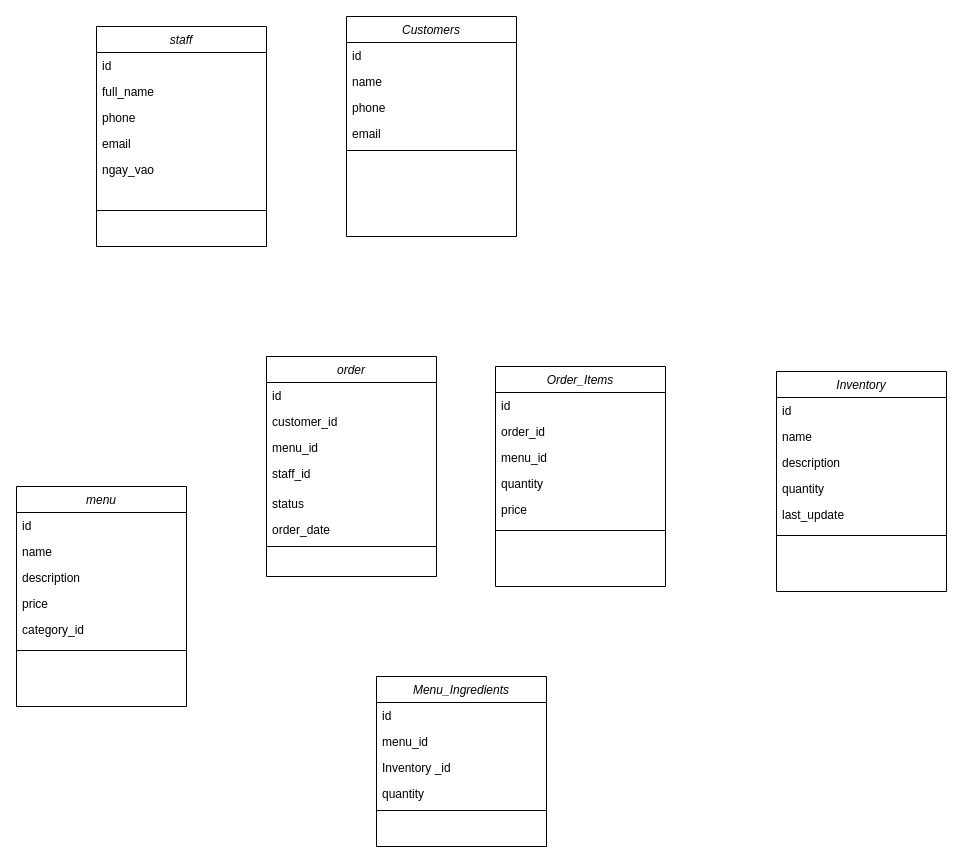
The draw.io diagram manageRestaurent.drawio in HieuNguyen06nd/JAVA30_SQL, before the edit. Source tidied: cells renumbered, new cells numbered last; positions are measured from the earlier drawing's top-left corner, leaving out a move shared by most shapes. Both pictures are drawn from the tidied source at 100%, with x=0, y=0 at pixel (16, 16).
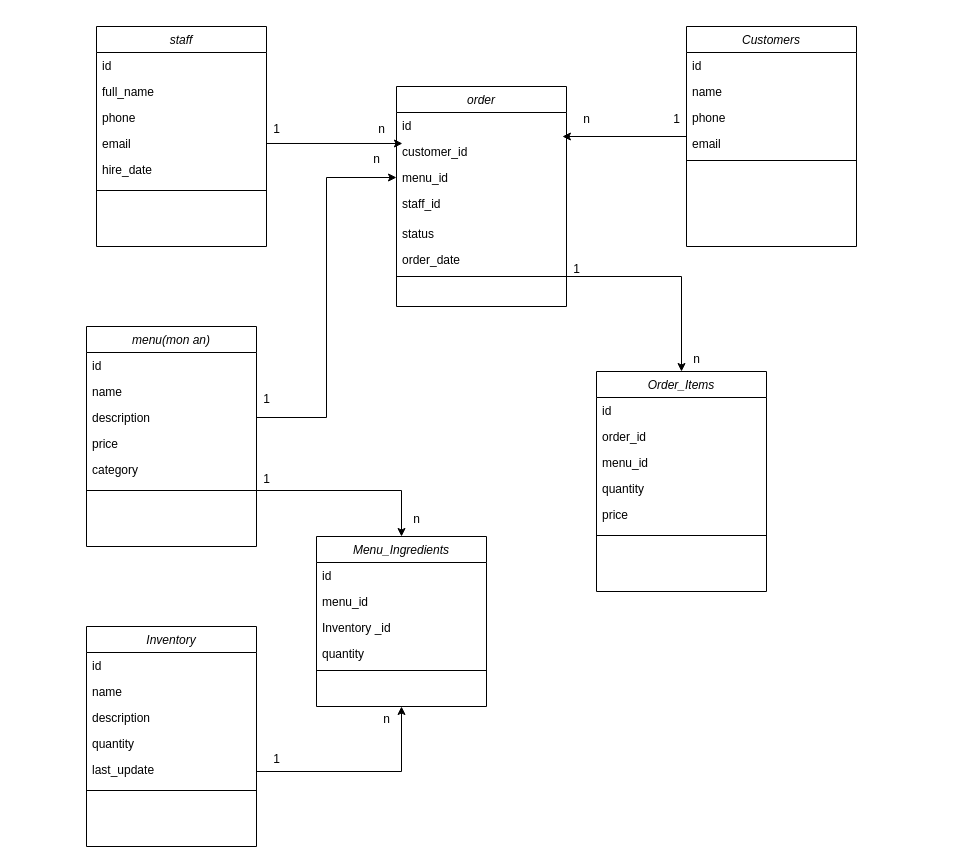
The same diagram, later.

Commit message (it also covers changes not shown here):
Cập nhật manageRestaurent.drawio

Unchanged cells that the change refers to:
```xml
<mxCell id="2" value="staff" style="swimlane;fontStyle=2;align=center;verticalAlign=top;horizontal=1;startSize=26;rounded=0;shadow=0;strokeWidth=1;" parent="1" vertex="1">
  <mxGeometry x="80" y="10" width="170" height="220" as="geometry" />
</mxCell>
<mxCell id="6" value="email" style="text;align=left;verticalAlign=top;spacingLeft=4;spacingRight=4;overflow=hidden;points=[[0,0.5],[1,0.5]];portConstraint=eastwest;rounded=0;shadow=0;html=0;" parent="2" vertex="1">
  <mxGeometry y="104" width="170" height="26" as="geometry" />
</mxCell>
<mxCell id="12" value="description" style="text;align=left;verticalAlign=top;spacingLeft=4;spacingRight=4;overflow=hidden;points=[[0,0.5],[1,0.5]];portConstraint=eastwest;rounded=0;shadow=0;html=0;" parent="9" vertex="1">
  <mxGeometry y="78" width="170" height="26" as="geometry" />
</mxCell>
<mxCell id="15" style="line;html=1;strokeWidth=1;align=left;verticalAlign=middle;spacingTop=-1;spacingLeft=3;spacingRight=3;labelPosition=right;points=[];portConstraint=eastwest;" parent="9" vertex="1">
  <mxGeometry y="160" width="170" height="8" as="geometry" />
</mxCell>
<mxCell id="21" value="last_update" style="text;align=left;verticalAlign=top;spacingLeft=4;spacingRight=4;overflow=hidden;points=[[0,0.5],[1,0.5]];portConstraint=eastwest;rounded=0;shadow=0;html=0;" parent="16" vertex="1">
  <mxGeometry y="130" width="170" height="30" as="geometry" />
</mxCell>
<mxCell id="31" value="customer_id" style="text;align=left;verticalAlign=top;spacingLeft=4;spacingRight=4;overflow=hidden;points=[[0,0.5],[1,0.5]];portConstraint=eastwest;rounded=0;shadow=0;html=0;" parent="29" vertex="1">
  <mxGeometry y="52" width="170" height="26" as="geometry" />
</mxCell>
<mxCell id="32" value="menu_id" style="text;align=left;verticalAlign=top;spacingLeft=4;spacingRight=4;overflow=hidden;points=[[0,0.5],[1,0.5]];portConstraint=eastwest;rounded=0;shadow=0;html=0;" parent="29" vertex="1">
  <mxGeometry y="78" width="170" height="26" as="geometry" />
</mxCell>
```

Change to the diagram source:
```diff
@@
-    <mxCell id="7" value="ngay_vao" style="text;align=left;verticalAlign=top;spacingLeft=4;spacingRight=4;overflow=hidden;rounded=0;shadow=0;html=0;" parent="2" vertex="1">
-      <mxGeometry y="130" width="170" height="50" as="geometry" />
+    <mxCell id="7" value="hire_date" style="text;align=left;verticalAlign=top;spacingLeft=4;spacingRight=4;overflow=hidden;rounded=0;shadow=0;html=0;" parent="2" vertex="1">
+      <mxGeometry y="130" width="170" height="30" as="geometry" />
     </mxCell>
     <mxCell id="8" style="line;html=1;strokeWidth=1;align=left;verticalAlign=middle;spacingTop=-1;spacingLeft=3;spacingRight=3;labelPosition=right;" parent="2" vertex="1">
-      <mxGeometry y="180" width="170" height="8" as="geometry" />
+      <mxGeometry y="160" width="170" height="8" as="geometry" />
     </mxCell>
-    <mxCell id="9" value="menu" style="swimlane;fontStyle=2;align=center;verticalAlign=top;horizontal=1;startSize=26;rounded=0;shadow=0;strokeWidth=1;" parent="1" vertex="1">
-      <mxGeometry y="470" width="170" height="220" as="geometry" />
+    <mxCell id="9" value="menu(mon an)" style="swimlane;fontStyle=2;align=center;verticalAlign=top;horizontal=1;startSize=26;rounded=0;shadow=0;strokeWidth=1;" parent="1" vertex="1">
+      <mxGeometry x="70" y="310" width="170" height="220" as="geometry" />
     </mxCell>
@@
-    <mxCell id="14" value="category_id" style="text;align=left;verticalAlign=top;spacingLeft=4;spacingRight=4;overflow=hidden;rounded=0;shadow=0;html=0;" parent="9" vertex="1">
+    <mxCell id="14" value="category" style="text;align=left;verticalAlign=top;spacingLeft=4;spacingRight=4;overflow=hidden;rounded=0;shadow=0;html=0;" parent="9" vertex="1">
       <mxGeometry y="130" width="170" height="30" as="geometry" />
     </mxCell>
@@
     <mxCell id="16" value="Inventory" style="swimlane;fontStyle=2;align=center;verticalAlign=top;horizontal=1;startSize=26;rounded=0;shadow=0;strokeWidth=1;" parent="1" vertex="1">
-      <mxGeometry x="760" y="355" width="170" height="220" as="geometry" />
+      <mxGeometry x="70" y="610" width="170" height="220" as="geometry" />
     </mxCell>
@@
     <mxCell id="23" value="Menu_Ingredients" style="swimlane;fontStyle=2;align=center;verticalAlign=top;horizontal=1;startSize=26;rounded=0;shadow=0;strokeWidth=1;" parent="1" vertex="1">
-      <mxGeometry x="360" y="660" width="170" height="170" as="geometry" />
+      <mxGeometry x="300" y="520" width="170" height="170" as="geometry" />
     </mxCell>
@@
+    <mxCell id="50" style="edgeStyle=orthogonalEdgeStyle;rounded=0;jettySize=auto;html=1;entryX=0.5;entryY=0;entryDx=0;entryDy=0;" parent="1" edge="1" source="29" target="37">
+      <mxGeometry relative="1" as="geometry">
+        <Array as="points">
+          <mxPoint x="665" y="260" />
+        </Array>
+      </mxGeometry>
+    </mxCell>
     <mxCell id="29" value="order" style="swimlane;fontStyle=2;align=center;verticalAlign=top;horizontal=1;startSize=26;rounded=0;shadow=0;strokeWidth=1;" parent="1" vertex="1">
-      <mxGeometry x="250" y="340" width="170" height="220" as="geometry" />
+      <mxGeometry x="380" y="70" width="170" height="220" as="geometry" />
     </mxCell>
@@
     <mxCell id="37" value="Order_Items" style="swimlane;fontStyle=2;align=center;verticalAlign=top;horizontal=1;startSize=26;rounded=0;shadow=0;strokeWidth=1;" parent="1" vertex="1">
-      <mxGeometry x="479" y="350" width="170" height="220" as="geometry" />
+      <mxGeometry x="580" y="355" width="170" height="220" as="geometry" />
     </mxCell>
@@
     <mxCell id="44" value="Customers" style="swimlane;fontStyle=2;align=center;verticalAlign=top;horizontal=1;startSize=26;rounded=0;shadow=0;strokeWidth=1;" parent="1" vertex="1">
-      <mxGeometry x="330" width="170" height="220" as="geometry" />
+      <mxGeometry x="670" y="10" width="170" height="220" as="geometry" />
     </mxCell>
@@
+    <mxCell id="51" style="edgeStyle=orthogonalEdgeStyle;rounded=0;jettySize=auto;html=1;entryX=0.035;entryY=0.192;entryDx=0;entryDy=0;entryPerimeter=0;" parent="1" edge="1" source="6" target="31">
+      <mxGeometry relative="1" as="geometry" />
+    </mxCell>
+    <mxCell id="52" style="edgeStyle=orthogonalEdgeStyle;rounded=0;jettySize=auto;html=1;entryX=0;entryY=0.5;entryDx=0;entryDy=0;" parent="1" edge="1" source="12" target="32">
+      <mxGeometry relative="1" as="geometry" />
+    </mxCell>
+    <mxCell id="53" style="edgeStyle=orthogonalEdgeStyle;rounded=0;jettySize=auto;html=1;entryX=0.976;entryY=-0.077;entryDx=0;entryDy=0;entryPerimeter=0;" parent="1" edge="1" source="44" target="31">
+      <mxGeometry relative="1" as="geometry" />
+    </mxCell>
+    <mxCell id="54" style="edgeStyle=orthogonalEdgeStyle;rounded=0;jettySize=auto;html=1;" parent="1" edge="1" source="15" target="23">
+      <mxGeometry relative="1" as="geometry" />
+    </mxCell>
+    <mxCell id="55" style="edgeStyle=orthogonalEdgeStyle;rounded=0;jettySize=auto;html=1;entryX=0.5;entryY=1;entryDx=0;entryDy=0;" parent="1" edge="1" source="21" target="23">
+      <mxGeometry relative="1" as="geometry" />
+    </mxCell>
+    <mxCell id="56" value="1" style="text;html=1;align=center;verticalAlign=middle;strokeColor=none;fillColor=none;" parent="1" vertex="1">
+      <mxGeometry x="245" y="98" width="30" height="30" as="geometry" />
+    </mxCell>
+    <mxCell id="57" value="n" style="text;html=1;align=center;verticalAlign=middle;strokeColor=none;fillColor=none;" parent="1" vertex="1">
+      <mxGeometry x="350" y="98" width="30" height="30" as="geometry" />
+    </mxCell>
+    <mxCell id="58" value="1" style="text;html=1;align=center;verticalAlign=middle;strokeColor=none;fillColor=none;" parent="1" vertex="1">
+      <mxGeometry x="235" y="368" width="30" height="30" as="geometry" />
+    </mxCell>
+    <mxCell id="59" value="n" style="text;html=1;align=center;verticalAlign=middle;strokeColor=none;fillColor=none;" parent="1" vertex="1">
+      <mxGeometry x="345" y="128" width="30" height="30" as="geometry" />
+    </mxCell>
+    <mxCell id="60" value="1" style="text;html=1;align=center;verticalAlign=middle;strokeColor=none;fillColor=none;" parent="1" vertex="1">
+      <mxGeometry x="235" y="448" width="30" height="30" as="geometry" />
+    </mxCell>
+    <mxCell id="61" value="n" style="text;html=1;align=center;verticalAlign=middle;strokeColor=none;fillColor=none;" parent="1" vertex="1">
+      <mxGeometry x="385" y="488" width="30" height="30" as="geometry" />
+    </mxCell>
+    <mxCell id="62" value="1" style="text;html=1;align=center;verticalAlign=middle;strokeColor=none;fillColor=none;" parent="1" vertex="1">
+      <mxGeometry x="245" y="728" width="30" height="30" as="geometry" />
+    </mxCell>
+    <mxCell id="63" value="n" style="text;html=1;align=center;verticalAlign=middle;strokeColor=none;fillColor=none;" parent="1" vertex="1">
+      <mxGeometry x="355" y="688" width="30" height="30" as="geometry" />
+    </mxCell>
+    <mxCell id="64" value="1" style="text;html=1;align=center;verticalAlign=middle;strokeColor=none;fillColor=none;" parent="1" vertex="1">
+      <mxGeometry x="545" y="238" width="30" height="30" as="geometry" />
+    </mxCell>
+    <mxCell id="65" value="n" style="text;html=1;align=center;verticalAlign=middle;strokeColor=none;fillColor=none;" parent="1" vertex="1">
+      <mxGeometry x="665" y="328" width="30" height="30" as="geometry" />
+    </mxCell>
+    <mxCell id="66" value="1" style="text;html=1;align=center;verticalAlign=middle;strokeColor=none;fillColor=none;" parent="1" vertex="1">
+      <mxGeometry x="645" y="88" width="30" height="30" as="geometry" />
+    </mxCell>
+    <mxCell id="67" value="n" style="text;html=1;align=center;verticalAlign=middle;strokeColor=none;fillColor=none;" parent="1" vertex="1">
+      <mxGeometry x="555" y="88" width="30" height="30" as="geometry" />
+    </mxCell>
```
